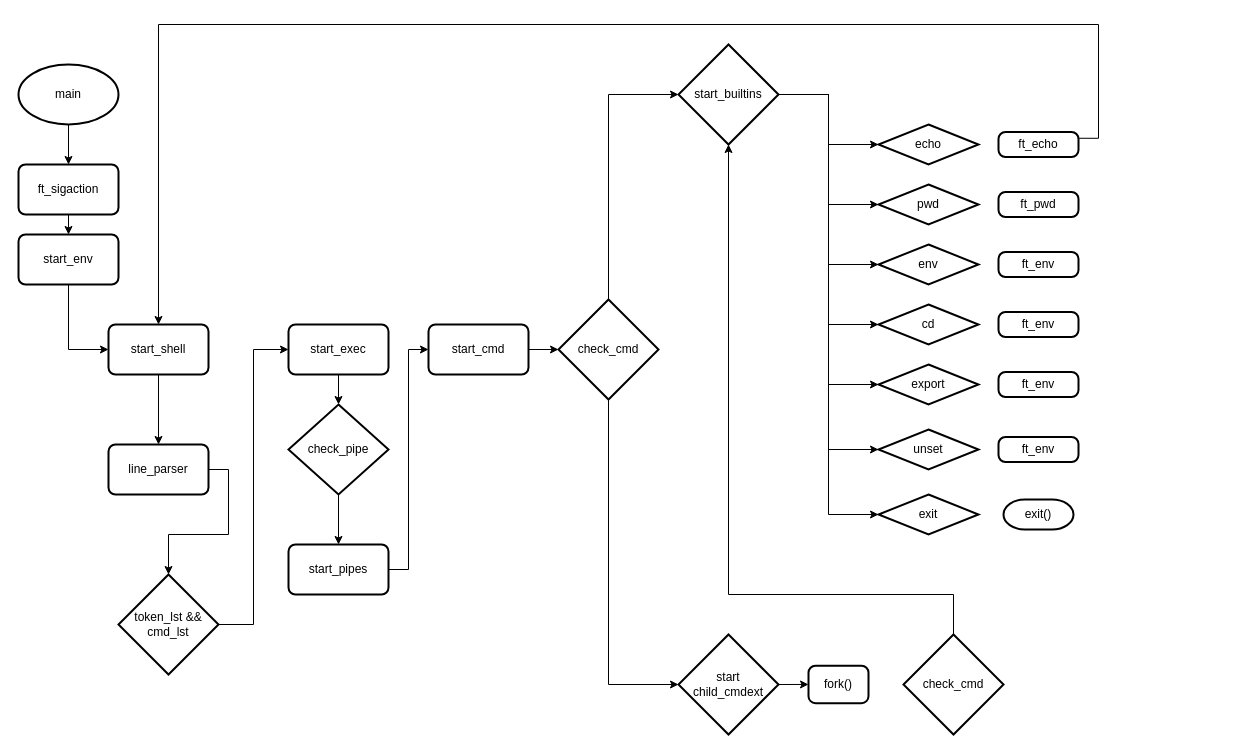
LeonMoreno/LeonMoreno keeps this draw.io diagram as diagrams/Diagrama sin título.drawio. Above is the earlier version. Source tidied: cells renumbered, new cells numbered last; positions are measured from the earlier drawing's top-left corner, leaving out a move shared by most shapes. Both pictures are drawn from the tidied source at 100%, with x=0, y=0 at pixel (18, 24).
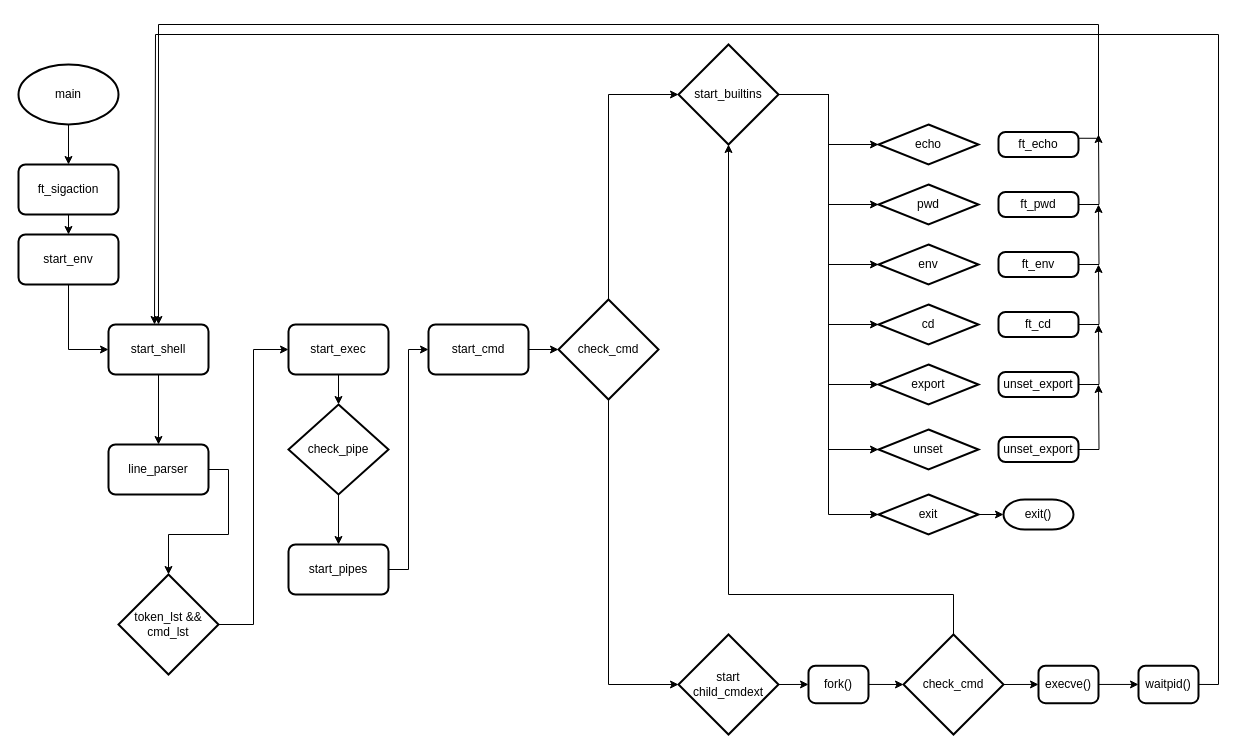
The same diagram, later.

Unchanged cells that the change refers to:
```xml
<mxCell id="36" value="fork()" style="rounded=1;whiteSpace=wrap;html=1;absoluteArcSize=1;arcSize=14;strokeWidth=2;" parent="1" vertex="1">
  <mxGeometry x="790" y="641.2" width="60" height="37.5" as="geometry" />
</mxCell>
<mxCell id="41" value="ft_pwd" style="rounded=1;whiteSpace=wrap;html=1;absoluteArcSize=1;arcSize=14;strokeWidth=2;" parent="1" vertex="1">
  <mxGeometry x="980" y="167.5" width="80" height="25" as="geometry" />
</mxCell>
<mxCell id="42" value="ft_env" style="rounded=1;whiteSpace=wrap;html=1;absoluteArcSize=1;arcSize=14;strokeWidth=2;" parent="1" vertex="1">
  <mxGeometry x="980" y="227.5" width="80" height="25" as="geometry" />
</mxCell>
<mxCell id="46" value="exit" style="strokeWidth=2;html=1;shape=mxgraph.flowchart.decision;whiteSpace=wrap;" parent="1" vertex="1">
  <mxGeometry x="860" y="470" width="100" height="40" as="geometry" />
</mxCell>
<mxCell id="50" value="exit()" style="strokeWidth=2;html=1;shape=mxgraph.flowchart.terminator;whiteSpace=wrap;" parent="1" vertex="1">
  <mxGeometry x="985" y="475" width="70" height="30" as="geometry" />
</mxCell>
<mxCell id="52" value="check_cmd" style="strokeWidth=2;html=1;shape=mxgraph.flowchart.decision;whiteSpace=wrap;" parent="1" vertex="1">
  <mxGeometry x="885" y="610" width="100" height="100" as="geometry" />
</mxCell>
```

The edit, as a diff of the source:
```diff
@@
+    <mxCell id="53" style="edgeStyle=orthogonalEdgeStyle;rounded=0;jettySize=auto;html=1;exitX=1;exitY=0.5;exitDx=0;exitDy=0;entryX=0;entryY=0.5;entryDx=0;entryDy=0;entryPerimeter=0;" parent="1" edge="1" source="36" target="52">
+      <mxGeometry relative="1" as="geometry" />
+    </mxCell>
@@
+    <mxCell id="54" style="edgeStyle=orthogonalEdgeStyle;rounded=0;jettySize=auto;html=1;exitX=1;exitY=0.5;exitDx=0;exitDy=0;" parent="1" edge="1" source="41">
+      <mxGeometry relative="1" as="geometry">
+        <mxPoint x="1080" y="110" as="targetPoint" />
+      </mxGeometry>
+    </mxCell>
@@
+    <mxCell id="55" style="edgeStyle=orthogonalEdgeStyle;rounded=0;jettySize=auto;html=1;exitX=1;exitY=0.5;exitDx=0;exitDy=0;" parent="1" edge="1" source="42">
+      <mxGeometry relative="1" as="geometry">
+        <mxPoint x="1080" y="180" as="targetPoint" />
+      </mxGeometry>
+    </mxCell>
@@
+    <mxCell id="56" style="edgeStyle=orthogonalEdgeStyle;rounded=0;jettySize=auto;html=1;exitX=1;exitY=0.5;exitDx=0;exitDy=0;exitPerimeter=0;entryX=0;entryY=0.5;entryDx=0;entryDy=0;entryPerimeter=0;" parent="1" edge="1" source="46" target="50">
+      <mxGeometry relative="1" as="geometry" />
+    </mxCell>
@@
+    <mxCell id="57" style="edgeStyle=orthogonalEdgeStyle;rounded=0;jettySize=auto;html=1;exitX=1;exitY=0.5;exitDx=0;exitDy=0;" parent="1" edge="1" source="47">
+      <mxGeometry relative="1" as="geometry">
+        <mxPoint x="1080" y="240" as="targetPoint" />
+      </mxGeometry>
+    </mxCell>
-    <mxCell id="47" value="ft_env" style="rounded=1;whiteSpace=wrap;html=1;absoluteArcSize=1;arcSize=14;strokeWidth=2;" parent="1" vertex="1">
+    <mxCell id="47" value="ft_cd" style="rounded=1;whiteSpace=wrap;html=1;absoluteArcSize=1;arcSize=14;strokeWidth=2;" parent="1" vertex="1">
       <mxGeometry x="980" y="287.5" width="80" height="25" as="geometry" />
     </mxCell>
+    <mxCell id="58" style="edgeStyle=orthogonalEdgeStyle;rounded=0;jettySize=auto;html=1;exitX=1;exitY=0.5;exitDx=0;exitDy=0;" parent="1" edge="1" source="48">
+      <mxGeometry relative="1" as="geometry">
+        <mxPoint x="1080" y="300" as="targetPoint" />
+      </mxGeometry>
+    </mxCell>
-    <mxCell id="48" value="ft_env" style="rounded=1;whiteSpace=wrap;html=1;absoluteArcSize=1;arcSize=14;strokeWidth=2;" parent="1" vertex="1">
+    <mxCell id="48" value="unset_export" style="rounded=1;whiteSpace=wrap;html=1;absoluteArcSize=1;arcSize=14;strokeWidth=2;" parent="1" vertex="1">
       <mxGeometry x="980" y="347.5" width="80" height="25" as="geometry" />
     </mxCell>
+    <mxCell id="59" style="edgeStyle=orthogonalEdgeStyle;rounded=0;jettySize=auto;html=1;exitX=1;exitY=0.5;exitDx=0;exitDy=0;" parent="1" edge="1" source="49">
+      <mxGeometry relative="1" as="geometry">
+        <mxPoint x="1080" y="360" as="targetPoint" />
+      </mxGeometry>
+    </mxCell>
-    <mxCell id="49" value="ft_env" style="rounded=1;whiteSpace=wrap;html=1;absoluteArcSize=1;arcSize=14;strokeWidth=2;" parent="1" vertex="1">
+    <mxCell id="49" value="unset_export" style="rounded=1;whiteSpace=wrap;html=1;absoluteArcSize=1;arcSize=14;strokeWidth=2;" parent="1" vertex="1">
       <mxGeometry x="980" y="412.5" width="80" height="25" as="geometry" />
     </mxCell>
@@
+    <mxCell id="60" style="edgeStyle=orthogonalEdgeStyle;rounded=0;jettySize=auto;html=1;exitX=1;exitY=0.5;exitDx=0;exitDy=0;exitPerimeter=0;entryX=0;entryY=0.5;entryDx=0;entryDy=0;" parent="1" edge="1" source="52" target="62">
+      <mxGeometry relative="1" as="geometry" />
+    </mxCell>
@@
+    <mxCell id="61" style="edgeStyle=orthogonalEdgeStyle;rounded=0;jettySize=auto;html=1;exitX=1;exitY=0.5;exitDx=0;exitDy=0;entryX=0;entryY=0.5;entryDx=0;entryDy=0;" parent="1" edge="1" source="62" target="64">
+      <mxGeometry relative="1" as="geometry" />
+    </mxCell>
+    <mxCell id="62" value="execve()" style="rounded=1;whiteSpace=wrap;html=1;absoluteArcSize=1;arcSize=14;strokeWidth=2;" parent="1" vertex="1">
+      <mxGeometry x="1020" y="641.2" width="60" height="37.5" as="geometry" />
+    </mxCell>
+    <mxCell id="63" style="edgeStyle=orthogonalEdgeStyle;rounded=0;jettySize=auto;html=1;exitX=1;exitY=0.5;exitDx=0;exitDy=0;" parent="1" edge="1" source="64">
+      <mxGeometry relative="1" as="geometry">
+        <mxPoint x="136" y="300" as="targetPoint" />
+        <Array as="points">
+          <mxPoint x="1200" y="660" />
+          <mxPoint x="1200" y="10" />
+          <mxPoint x="137" y="10" />
+        </Array>
+      </mxGeometry>
+    </mxCell>
+    <mxCell id="64" value="waitpid()" style="rounded=1;whiteSpace=wrap;html=1;absoluteArcSize=1;arcSize=14;strokeWidth=2;" parent="1" vertex="1">
+      <mxGeometry x="1120" y="641.2" width="60" height="37.5" as="geometry" />
+    </mxCell>
```
